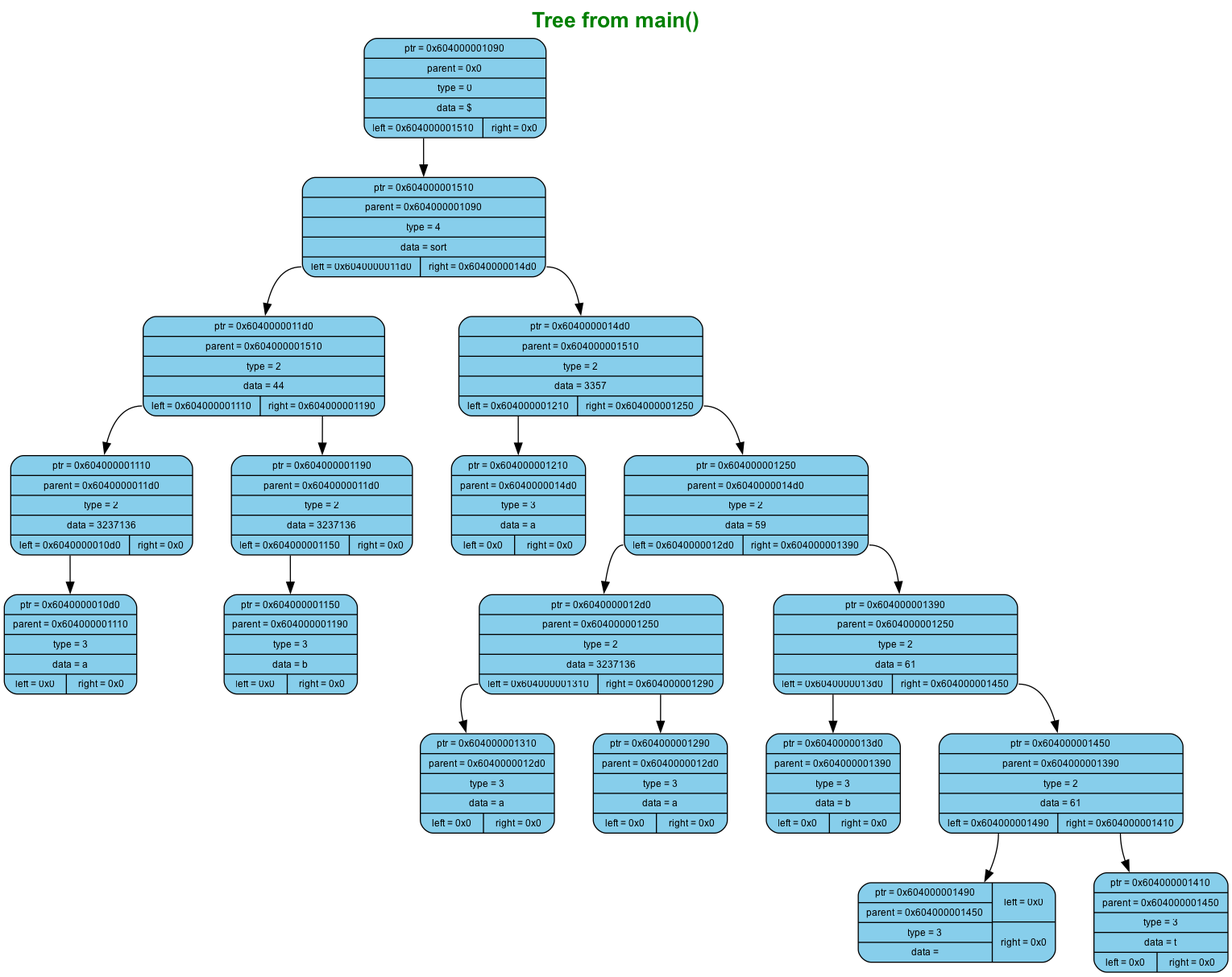
murugov/Language keeps this Graphviz diagram as reports/trees/tree0/tree.dot.png. Above is the earlier version. Its source is kept beside it as reports/trees/tree0/tree.dot. Its diagram source:
```dot
digraph G {
	label=<<B>Tree from main()</B>>;
	fontcolor="#008000";
	fontname="Arial";
	labelloc="top";
	labeljust="center";
	fontsize=20;
	rankdir=TB;
	center=true;
	nodesep=0.5;
	ranksep=0.5;
	node[fontsize=9, shape=box, width=0.7, height=0.4, style="filled, rounded", fontname="Arial"];

	n0 [shape=record, label="{ptr = 0x604000001090 | parent = 0x0 | type = 0 | data = $ | {<left> left = 0x604000001510 | <right> right = 0x0}}", fillcolor="#87CEEB", color="black"]
	n1 [shape=record, label="{ptr = 0x604000001510 | parent = 0x604000001090 | type = 4 | data = sort | {<left> left = 0x6040000011d0 | <right> right = 0x6040000014d0}}", fillcolor="#87CEEB", color="black"]
	n0:left -> n1
	n2 [shape=record, label="{ptr = 0x6040000011d0 | parent = 0x604000001510 | type = 2 | data = 44 | {<left> left = 0x604000001110 | <right> right = 0x604000001190}}", fillcolor="#87CEEB", color="black"]
	n1:left -> n2
	n3 [shape=record, label="{ptr = 0x6040000014d0 | parent = 0x604000001510 | type = 2 | data = 3357 | {<left> left = 0x604000001210 | <right> right = 0x604000001250}}", fillcolor="#87CEEB", color="black"]
	n1:right -> n3
	n4 [shape=record, label="{ptr = 0x604000001210 | parent = 0x6040000014d0 | type = 3 | data = a | {<left> left = 0x0 | <right> right = 0x0}}", fillcolor="#87CEEB", color="black"]
	n3:left -> n4
	n5 [shape=record, label="{ptr = 0x604000001250 | parent = 0x6040000014d0 | type = 2 | data = 59 | {<left> left = 0x6040000012d0 | <right> right = 0x604000001390}}", fillcolor="#87CEEB", color="black"]
	n3:right -> n5
	n6 [shape=record, label="{ptr = 0x6040000012d0 | parent = 0x604000001250 | type = 2 | data = 3237136 | {<left> left = 0x604000001310 | <right> right = 0x604000001290}}", fillcolor="#87CEEB", color="black"]
	n5:left -> n6
	n7 [shape=record, label="{ptr = 0x604000001390 | parent = 0x604000001250 | type = 2 | data = 61 | {<left> left = 0x6040000013d0 | <right> right = 0x604000001450}}", fillcolor="#87CEEB", color="black"]
	n5:right -> n7
	n8 [shape=record, label="{ptr = 0x6040000013d0 | parent = 0x604000001390 | type = 3 | data = b | {<left> left = 0x0 | <right> right = 0x0}}", fillcolor="#87CEEB", color="black"]
	n7:left -> n8
	n9 [shape=record, label="{ptr = 0x604000001450 | parent = 0x604000001390 | type = 2 | data = 61 | {<left> left = 0x604000001490 | <right> right = 0x604000001410}}", fillcolor="#87CEEB", color="black"]
	n7:right -> n9
	n10 [shape=record, label="{ptr = 0x604000001490 | parent = 0x604000001450 | type = 3 | data = } | {<left> left = 0x0 | <right> right = 0x0}}", fillcolor="#87CEEB", color="black"]
	n9:left -> n10
	n11 [shape=record, label="{ptr = 0x604000001410 | parent = 0x604000001450 | type = 3 | data = t | {<left> left = 0x0 | <right> right = 0x0}}", fillcolor="#87CEEB", color="black"]
	n9:right -> n11
	n12 [shape=record, label="{ptr = 0x604000001310 | parent = 0x6040000012d0 | type = 3 | data = a | {<left> left = 0x0 | <right> right = 0x0}}", fillcolor="#87CEEB", color="black"]
	n6:left -> n12
	n13 [shape=record, label="{ptr = 0x604000001290 | parent = 0x6040000012d0 | type = 3 | data = a | {<left> left = 0x0 | <right> right = 0x0}}", fillcolor="#87CEEB", color="black"]
	n6:right -> n13
	n14 [shape=record, label="{ptr = 0x604000001110 | parent = 0x6040000011d0 | type = 2 | data = 3237136 | {<left> left = 0x6040000010d0 | <right> right = 0x0}}", fillcolor="#87CEEB", color="black"]
	n2:left -> n14
	n15 [shape=record, label="{ptr = 0x604000001190 | parent = 0x6040000011d0 | type = 2 | data = 3237136 | {<left> left = 0x604000001150 | <right> right = 0x0}}", fillcolor="#87CEEB", color="black"]
	n2:right -> n15
	n16 [shape=record, label="{ptr = 0x604000001150 | parent = 0x604000001190 | type = 3 | data = b | {<left> left = 0x0 | <right> right = 0x0}}", fillcolor="#87CEEB", color="black"]
	n15:left -> n16
	n17 [shape=record, label="{ptr = 0x6040000010d0 | parent = 0x604000001110 | type = 3 | data = a | {<left> left = 0x0 | <right> right = 0x0}}", fillcolor="#87CEEB", color="black"]
	n14:left -> n17
}
```
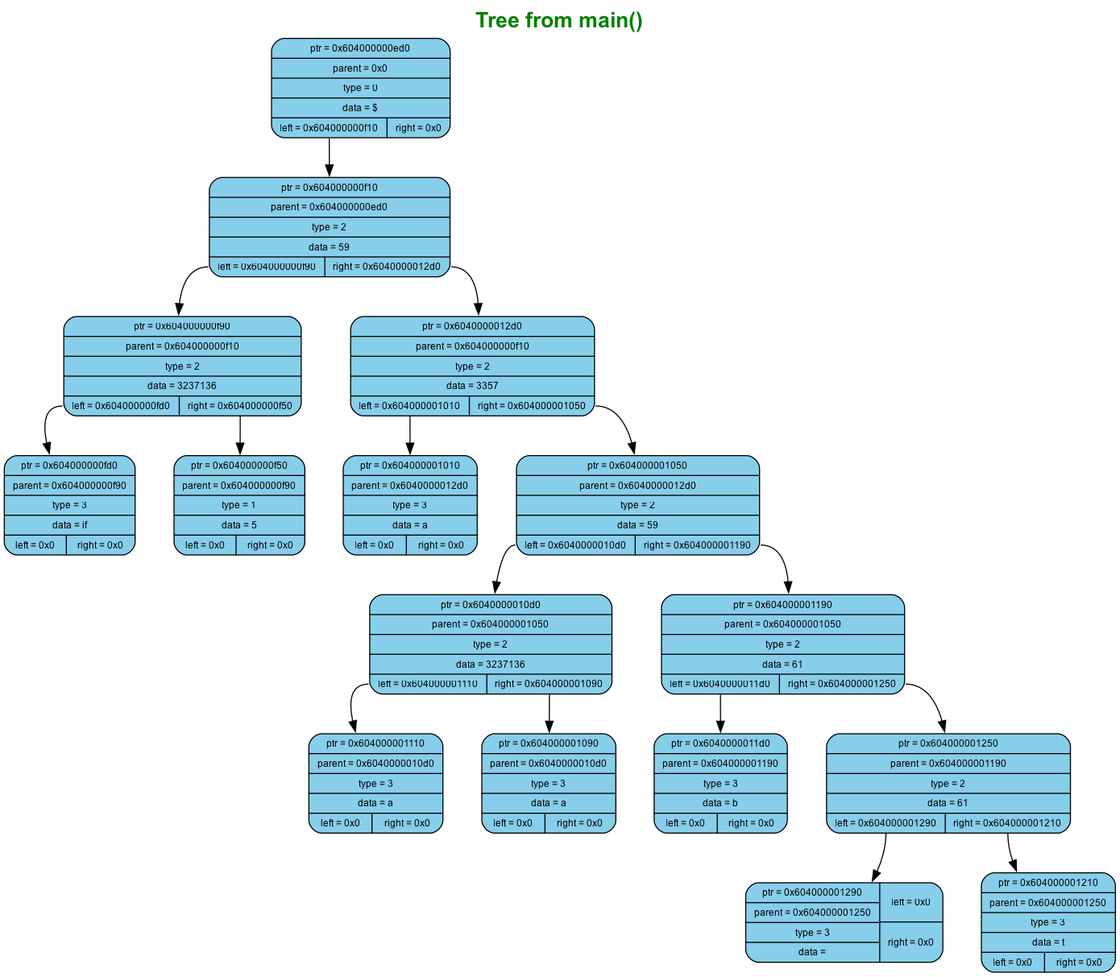
After the change.

Change to the diagram source:
```diff
@@ -11,39 +11,35 @@
 	ranksep=0.5;
 	node[fontsize=9, shape=box, width=0.7, height=0.4, style="filled, rounded", fontname="Arial"];
 
-	n0 [shape=record, label="{ptr = 0x604000001090 | parent = 0x0 | type = 0 | data = $ | {<left> left = 0x604000001510 | <right> right = 0x0}}", fillcolor="#87CEEB", color="black"]
-	n1 [shape=record, label="{ptr = 0x604000001510 | parent = 0x604000001090 | type = 4 | data = sort | {<left> left = 0x6040000011d0 | <right> right = 0x6040000014d0}}", fillcolor="#87CEEB", color="black"]
+	n0 [shape=record, label="{ptr = 0x604000000ed0 | parent = 0x0 | type = 0 | data = $ | {<left> left = 0x604000000f10 | <right> right = 0x0}}", fillcolor="#87CEEB", color="black"]
+	n1 [shape=record, label="{ptr = 0x604000000f10 | parent = 0x604000000ed0 | type = 2 | data = 59 | {<left> left = 0x604000000f90 | <right> right = 0x6040000012d0}}", fillcolor="#87CEEB", color="black"]
 	n0:left -> n1
-	n2 [shape=record, label="{ptr = 0x6040000011d0 | parent = 0x604000001510 | type = 2 | data = 44 | {<left> left = 0x604000001110 | <right> right = 0x604000001190}}", fillcolor="#87CEEB", color="black"]
+	n2 [shape=record, label="{ptr = 0x604000000f90 | parent = 0x604000000f10 | type = 2 | data = 3237136 | {<left> left = 0x604000000fd0 | <right> right = 0x604000000f50}}", fillcolor="#87CEEB", color="black"]
 	n1:left -> n2
-	n3 [shape=record, label="{ptr = 0x6040000014d0 | parent = 0x604000001510 | type = 2 | data = 3357 | {<left> left = 0x604000001210 | <right> right = 0x604000001250}}", fillcolor="#87CEEB", color="black"]
+	n3 [shape=record, label="{ptr = 0x6040000012d0 | parent = 0x604000000f10 | type = 2 | data = 3357 | {<left> left = 0x604000001010 | <right> right = 0x604000001050}}", fillcolor="#87CEEB", color="black"]
 	n1:right -> n3
-	n4 [shape=record, label="{ptr = 0x604000001210 | parent = 0x6040000014d0 | type = 3 | data = a | {<left> left = 0x0 | <right> right = 0x0}}", fillcolor="#87CEEB", color="black"]
+	n4 [shape=record, label="{ptr = 0x604000001010 | parent = 0x6040000012d0 | type = 3 | data = a | {<left> left = 0x0 | <right> right = 0x0}}", fillcolor="#87CEEB", color="black"]
 	n3:left -> n4
-	n5 [shape=record, label="{ptr = 0x604000001250 | parent = 0x6040000014d0 | type = 2 | data = 59 | {<left> left = 0x6040000012d0 | <right> right = 0x604000001390}}", fillcolor="#87CEEB", color="black"]
+	n5 [shape=record, label="{ptr = 0x604000001050 | parent = 0x6040000012d0 | type = 2 | data = 59 | {<left> left = 0x6040000010d0 | <right> right = 0x604000001190}}", fillcolor="#87CEEB", color="black"]
 	n3:right -> n5
-	n6 [shape=record, label="{ptr = 0x6040000012d0 | parent = 0x604000001250 | type = 2 | data = 3237136 | {<left> left = 0x604000001310 | <right> right = 0x604000001290}}", fillcolor="#87CEEB", color="black"]
+	n6 [shape=record, label="{ptr = 0x6040000010d0 | parent = 0x604000001050 | type = 2 | data = 3237136 | {<left> left = 0x604000001110 | <right> right = 0x604000001090}}", fillcolor="#87CEEB", color="black"]
 	n5:left -> n6
-	n7 [shape=record, label="{ptr = 0x604000001390 | parent = 0x604000001250 | type = 2 | data = 61 | {<left> left = 0x6040000013d0 | <right> right = 0x604000001450}}", fillcolor="#87CEEB", color="black"]
+	n7 [shape=record, label="{ptr = 0x604000001190 | parent = 0x604000001050 | type = 2 | data = 61 | {<left> left = 0x6040000011d0 | <right> right = 0x604000001250}}", fillcolor="#87CEEB", color="black"]
 	n5:right -> n7
-	n8 [shape=record, label="{ptr = 0x6040000013d0 | parent = 0x604000001390 | type = 3 | data = b | {<left> left = 0x0 | <right> right = 0x0}}", fillcolor="#87CEEB", color="black"]
+	n8 [shape=record, label="{ptr = 0x6040000011d0 | parent = 0x604000001190 | type = 3 | data = b | {<left> left = 0x0 | <right> right = 0x0}}", fillcolor="#87CEEB", color="black"]
 	n7:left -> n8
-	n9 [shape=record, label="{ptr = 0x604000001450 | parent = 0x604000001390 | type = 2 | data = 61 | {<left> left = 0x604000001490 | <right> right = 0x604000001410}}", fillcolor="#87CEEB", color="black"]
+	n9 [shape=record, label="{ptr = 0x604000001250 | parent = 0x604000001190 | type = 2 | data = 61 | {<left> left = 0x604000001290 | <right> right = 0x604000001210}}", fillcolor="#87CEEB", color="black"]
 	n7:right -> n9
-	n10 [shape=record, label="{ptr = 0x604000001490 | parent = 0x604000001450 | type = 3 | data = } | {<left> left = 0x0 | <right> right = 0x0}}", fillcolor="#87CEEB", color="black"]
+	n10 [shape=record, label="{ptr = 0x604000001290 | parent = 0x604000001250 | type = 3 | data = } | {<left> left = 0x0 | <right> right = 0x0}}", fillcolor="#87CEEB", color="black"]
 	n9:left -> n10
-	n11 [shape=record, label="{ptr = 0x604000001410 | parent = 0x604000001450 | type = 3 | data = t | {<left> left = 0x0 | <right> right = 0x0}}", fillcolor="#87CEEB", color="black"]
+	n11 [shape=record, label="{ptr = 0x604000001210 | parent = 0x604000001250 | type = 3 | data = t | {<left> left = 0x0 | <right> right = 0x0}}", fillcolor="#87CEEB", color="black"]
 	n9:right -> n11
-	n12 [shape=record, label="{ptr = 0x604000001310 | parent = 0x6040000012d0 | type = 3 | data = a | {<left> left = 0x0 | <right> right = 0x0}}", fillcolor="#87CEEB", color="black"]
+	n12 [shape=record, label="{ptr = 0x604000001110 | parent = 0x6040000010d0 | type = 3 | data = a | {<left> left = 0x0 | <right> right = 0x0}}", fillcolor="#87CEEB", color="black"]
 	n6:left -> n12
-	n13 [shape=record, label="{ptr = 0x604000001290 | parent = 0x6040000012d0 | type = 3 | data = a | {<left> left = 0x0 | <right> right = 0x0}}", fillcolor="#87CEEB", color="black"]
+	n13 [shape=record, label="{ptr = 0x604000001090 | parent = 0x6040000010d0 | type = 3 | data = a | {<left> left = 0x0 | <right> right = 0x0}}", fillcolor="#87CEEB", color="black"]
 	n6:right -> n13
-	n14 [shape=record, label="{ptr = 0x604000001110 | parent = 0x6040000011d0 | type = 2 | data = 3237136 | {<left> left = 0x6040000010d0 | <right> right = 0x0}}", fillcolor="#87CEEB", color="black"]
+	n14 [shape=record, label="{ptr = 0x604000000fd0 | parent = 0x604000000f90 | type = 3 | data = if | {<left> left = 0x0 | <right> right = 0x0}}", fillcolor="#87CEEB", color="black"]
 	n2:left -> n14
-	n15 [shape=record, label="{ptr = 0x604000001190 | parent = 0x6040000011d0 | type = 2 | data = 3237136 | {<left> left = 0x604000001150 | <right> right = 0x0}}", fillcolor="#87CEEB", color="black"]
+	n15 [shape=record, label="{ptr = 0x604000000f50 | parent = 0x604000000f90 | type = 1 | data = 5 | {<left> left = 0x0 | <right> right = 0x0}}", fillcolor="#87CEEB", color="black"]
 	n2:right -> n15
-	n16 [shape=record, label="{ptr = 0x604000001150 | parent = 0x604000001190 | type = 3 | data = b | {<left> left = 0x0 | <right> right = 0x0}}", fillcolor="#87CEEB", color="black"]
-	n15:left -> n16
-	n17 [shape=record, label="{ptr = 0x6040000010d0 | parent = 0x604000001110 | type = 3 | data = a | {<left> left = 0x0 | <right> right = 0x0}}", fillcolor="#87CEEB", color="black"]
-	n14:left -> n17
 }
```
